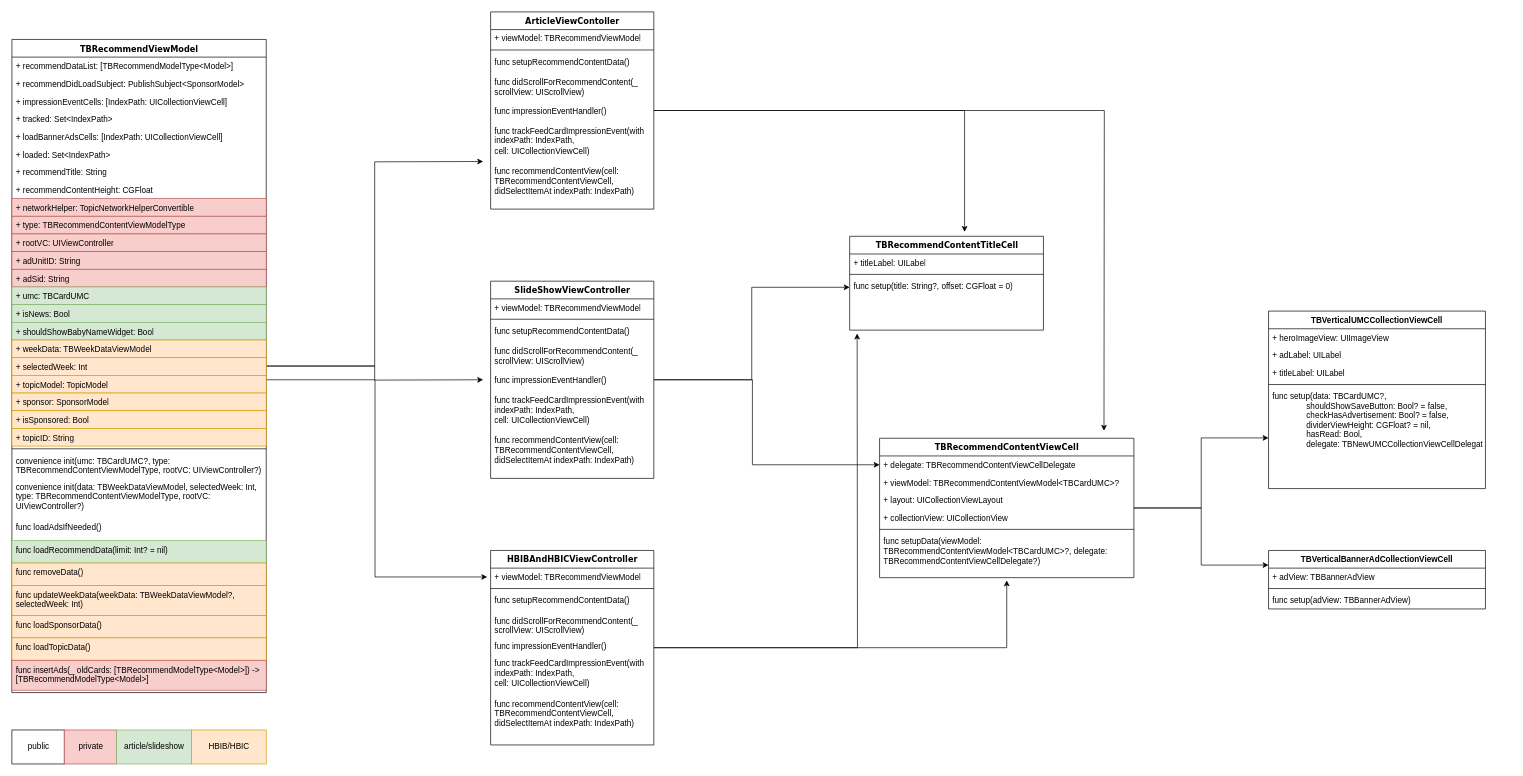
Earlier version of the draw.io diagram Untitled Diagram.drawio (Jovins/RefactorUML). Source tidied: cells renumbered, new cells numbered last; positions are measured from the earlier drawing's top-left corner, leaving out a move shared by most shapes. Both pictures are drawn from the tidied source at 68%, with x=0, y=0 at pixel (12, 12).
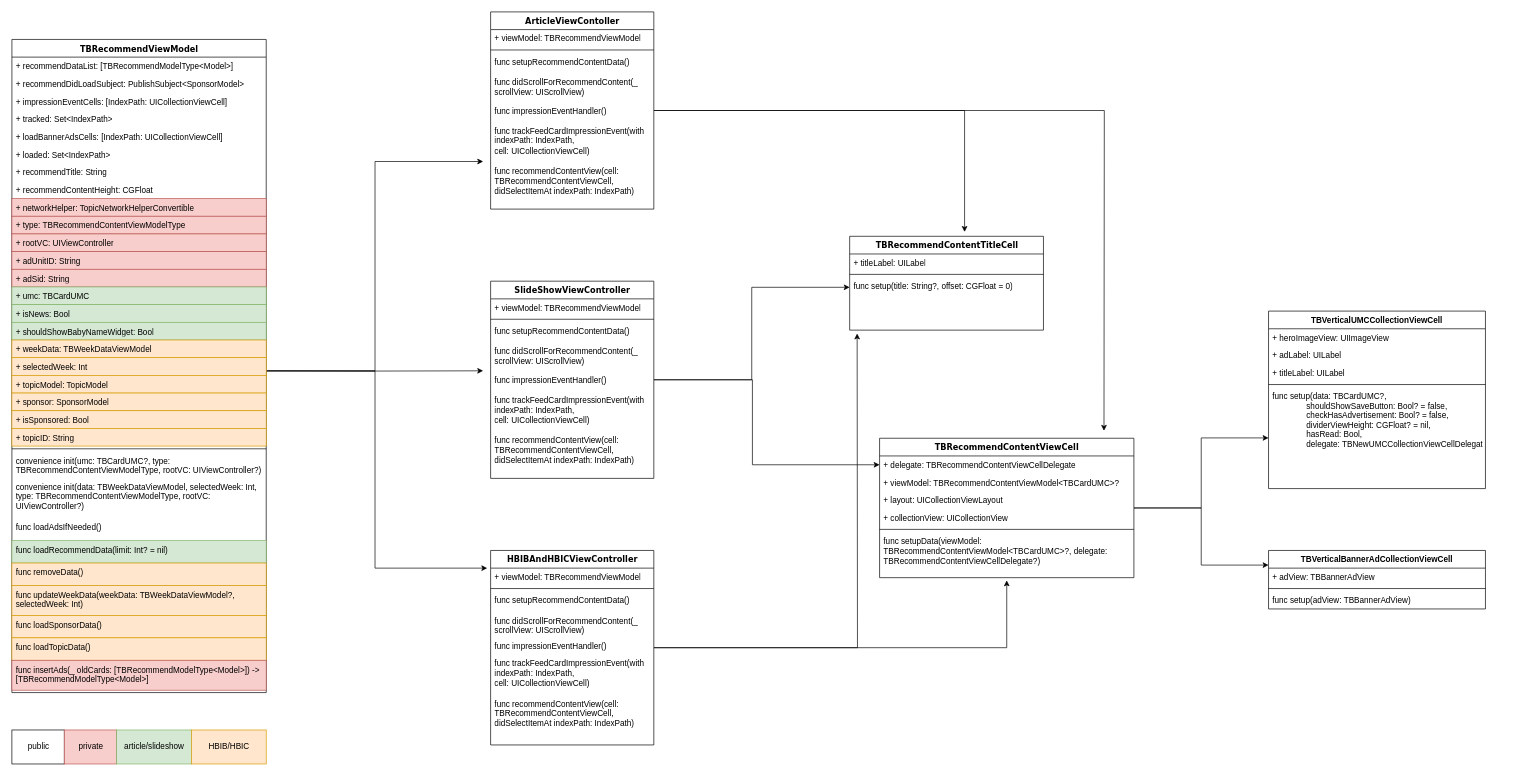
Above is the later version.

Unchanged cells that the change refers to:
```xml
<mxCell id="35" value="TBRecommendViewModel" style="swimlane;html=1;fontStyle=1;align=center;verticalAlign=top;horizontal=1;startSize=26;swimlaneFillColor=#ffffff;rounded=0;shadow=0;comic=0;labelBackgroundColor=none;strokeWidth=1;fillColor=none;fontFamily=Verdana;fontSize=12;" parent="1" vertex="1">
  <mxGeometry y="40.5" width="374" height="960.5" as="geometry" />
</mxCell>
```

Diff of the diagram source:
```diff
@@
     <mxCell id="32" style="edgeStyle=orthogonalEdgeStyle;rounded=0;jettySize=auto;html=1;" parent="1" edge="1" source="35">
       <mxGeometry relative="1" as="geometry">
         <mxPoint x="693" y="220" as="targetPoint" />
+        <Array as="points">
+          <mxPoint x="534" y="528" />
+          <mxPoint x="534" y="220" />
+        </Array>
       </mxGeometry>
     </mxCell>
-    <mxCell id="33" style="edgeStyle=orthogonalEdgeStyle;rounded=0;jettySize=auto;html=1;" parent="1" edge="1" source="35">
-      <mxGeometry relative="1" as="geometry">
-        <mxPoint x="693" y="541" as="targetPoint" />
-      </mxGeometry>
-    </mxCell>
     <mxCell id="34" style="edgeStyle=orthogonalEdgeStyle;rounded=0;orthogonalLoop=1;jettySize=auto;html=1;entryX=0;entryY=0.5;entryDx=0;entryDy=0;" parent="1" edge="1">
       <mxGeometry relative="1" as="geometry">
-        <mxPoint x="369" y="541" as="sourcePoint" />
-        <mxPoint x="699" y="831" as="targetPoint" />
+        <mxPoint x="369" y="528" as="sourcePoint" />
+        <mxPoint x="699" y="818" as="targetPoint" />
         <Array as="points">
-          <mxPoint x="534" y="541" />
-          <mxPoint x="534" y="831" />
+          <mxPoint x="534" y="528" />
+          <mxPoint x="534" y="818" />
         </Array>
       </mxGeometry>
     </mxCell>
+    <mxCell id="95" style="edgeStyle=orthogonalEdgeStyle;rounded=0;orthogonalLoop=1;jettySize=auto;html=1;" parent="1" edge="1">
+      <mxGeometry relative="1" as="geometry">
+        <mxPoint x="374" y="527.7" as="sourcePoint" />
+        <mxPoint x="693" y="527.8" as="targetPoint" />
+      </mxGeometry>
+    </mxCell>
```
